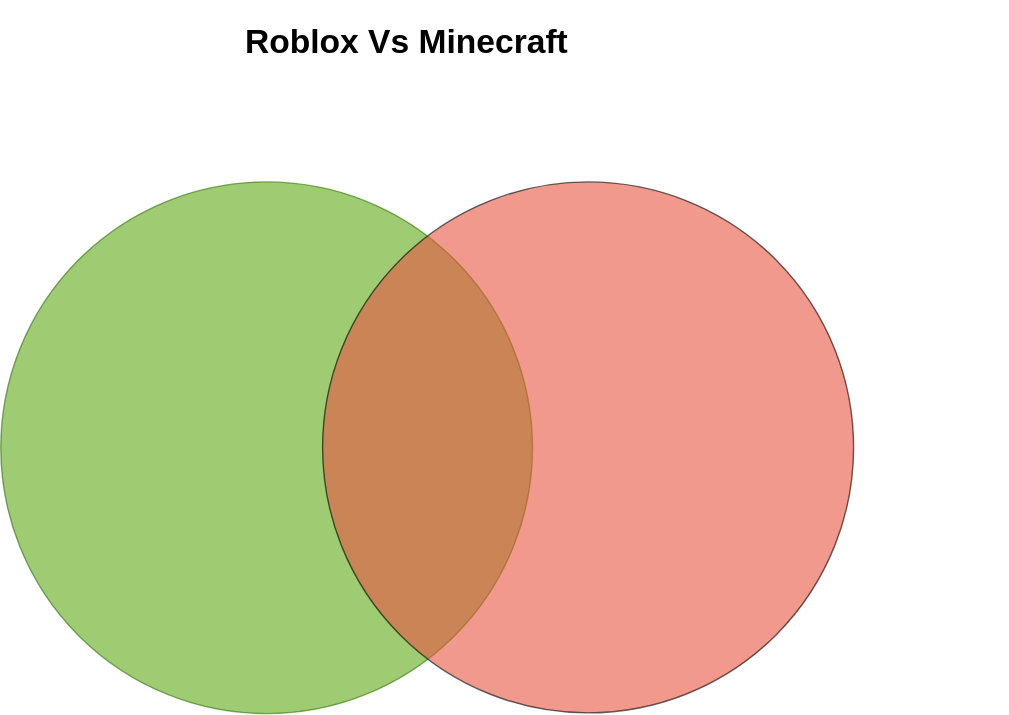
Neocrumm/diagrams.net keeps this draw.io diagram as roblox-vs-mc.svg. Above is the earlier version. Source tidied: cells renumbered, new cells last; positions are measured from the earlier drawing's top-left corner, leaving out a move shared by most shapes.
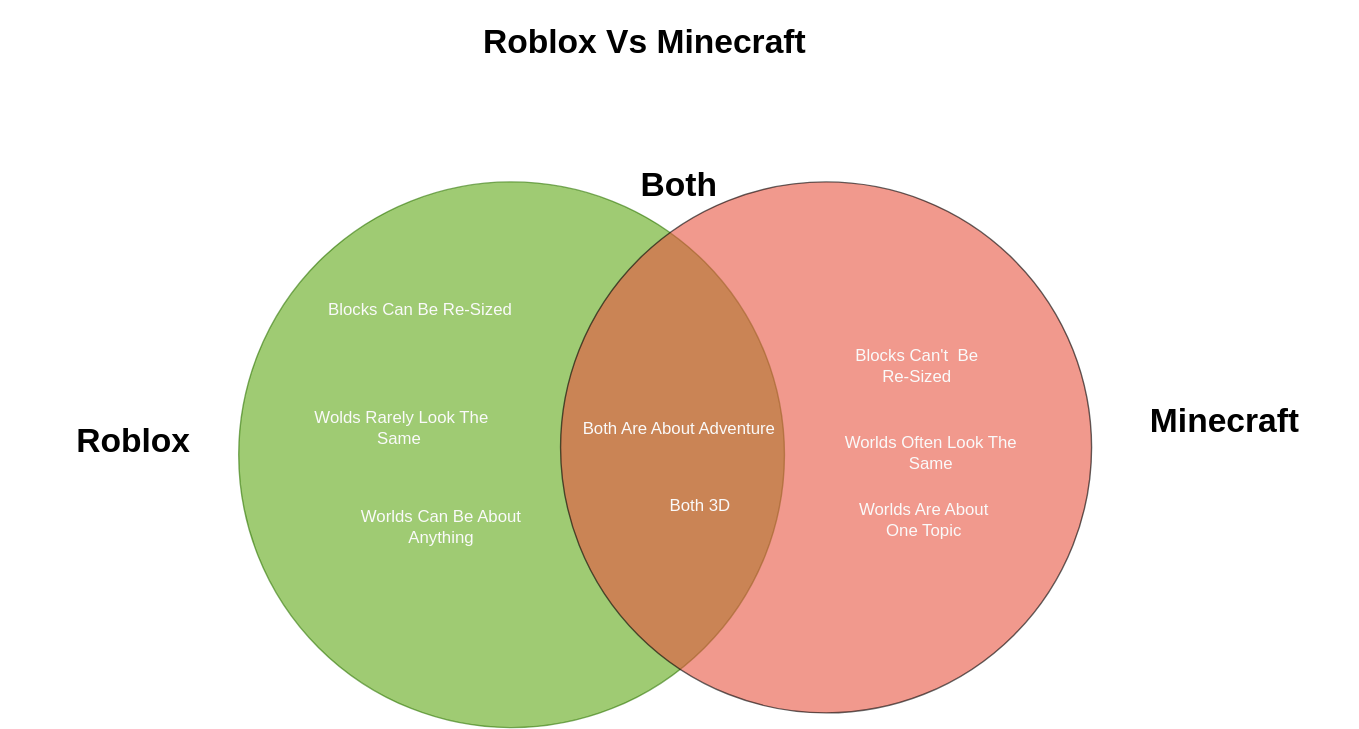
Later version of the same file.

The edit, as a diff of the source:
```diff
@@ -2,11 +2,8 @@
   <root>
     <mxCell id="0" />
     <mxCell id="1" parent="0" />
-    <mxCell id="2" value="Revolution" style="text;fontSize=24;align=center;verticalAlign=middle;html=1;fontColor=#FFFFFF;" parent="1" vertex="1">
-      <mxGeometry x="529.5" y="120.5" width="190" height="70" as="geometry" />
-    </mxCell>
     <mxCell id="3" style="ellipse;whiteSpace=wrap;html=1;fillColor=#60a917;opacity=60;strokeColor=#2D7600;fontColor=#ffffff;" parent="1" vertex="1">
-      <mxGeometry y="120.5" width="380" height="380" as="geometry" />
+      <mxGeometry y="120.5" width="390" height="390" as="geometry" />
     </mxCell>
     <mxCell id="4" style="ellipse;whiteSpace=wrap;html=1;fillColor=#E85642;opacity=60;" parent="1" vertex="1">
       <mxGeometry x="230" y="120.5" width="379.5" height="379.5" as="geometry" />
@@ -14,5 +11,38 @@
     <mxCell id="5" value="&lt;h1&gt;Roblox Vs Minecraft&lt;/h1&gt;" style="text;html=1;strokeColor=none;fillColor=none;spacing=5;spacingTop=-20;whiteSpace=wrap;overflow=hidden;rounded=0;opacity=60;" parent="1" vertex="1">
       <mxGeometry x="170" y="0.5" width="290" height="120" as="geometry" />
     </mxCell>
+    <mxCell id="6" value="&lt;h1&gt;Roblox&lt;/h1&gt;" style="text;html=1;strokeColor=none;fillColor=none;whiteSpace=wrap;overflow=hidden;rounded=0;opacity=60;align=center;verticalAlign=middle;" parent="1" vertex="1">
+      <mxGeometry x="-170" y="246" width="190" height="120" as="geometry" />
+    </mxCell>
+    <mxCell id="7" value="&lt;h1&gt;Minecraft&lt;/h1&gt;" style="text;html=1;strokeColor=none;fillColor=none;whiteSpace=wrap;overflow=hidden;rounded=0;opacity=60;align=center;verticalAlign=middle;" parent="1" vertex="1">
+      <mxGeometry x="609.5" y="232" width="190" height="120" as="geometry" />
+    </mxCell>
+    <mxCell id="8" value="&lt;font color=&quot;#fafafa&quot;&gt;Both Are About Adventure&lt;/font&gt;" style="text;html=1;align=center;verticalAlign=middle;whiteSpace=wrap;rounded=0;opacity=60;" parent="1" vertex="1">
+      <mxGeometry x="240" y="261" width="150" height="71" as="geometry" />
+    </mxCell>
+    <mxCell id="9" value="&lt;font color=&quot;#fafafa&quot;&gt;Blocks Can Be Re-Sized&lt;/font&gt;" style="text;html=1;align=center;verticalAlign=middle;whiteSpace=wrap;rounded=0;opacity=60;" parent="1" vertex="1">
+      <mxGeometry x="50" y="202" width="160" height="20" as="geometry" />
+    </mxCell>
+    <mxCell id="10" value="&lt;font color=&quot;#fafafa&quot;&gt;Worlds Can Be About Anything&lt;/font&gt;" style="text;html=1;align=center;verticalAlign=middle;whiteSpace=wrap;rounded=0;opacity=60;" parent="1" vertex="1">
+      <mxGeometry x="70" y="352" width="150" height="30" as="geometry" />
+    </mxCell>
+    <mxCell id="11" value="&lt;font color=&quot;#fafafa&quot;&gt;Both 3D&lt;/font&gt;" style="text;html=1;align=center;verticalAlign=middle;whiteSpace=wrap;rounded=0;opacity=60;" parent="1" vertex="1">
+      <mxGeometry x="300" y="342" width="60" height="20" as="geometry" />
+    </mxCell>
+    <mxCell id="12" value="&lt;font color=&quot;#fafafa&quot;&gt;&amp;nbsp;Wolds Rarely Look The Same&lt;/font&gt;" style="text;html=1;align=center;verticalAlign=middle;whiteSpace=wrap;rounded=0;opacity=60;" parent="1" vertex="1">
+      <mxGeometry x="40" y="286" width="150" height="20" as="geometry" />
+    </mxCell>
+    <mxCell id="13" value="&lt;font color=&quot;#fafafa&quot;&gt;Blocks Can't&amp;nbsp; Be Re-Sized&lt;/font&gt;" style="text;html=1;align=center;verticalAlign=middle;whiteSpace=wrap;rounded=0;opacity=60;" parent="1" vertex="1">
+      <mxGeometry x="430" y="232" width="110" height="40" as="geometry" />
+    </mxCell>
+    <mxCell id="14" value="&lt;font color=&quot;#fafafa&quot;&gt;Worlds Are About One Topic&lt;/font&gt;" style="text;html=1;align=center;verticalAlign=middle;whiteSpace=wrap;rounded=0;opacity=60;" parent="1" vertex="1">
+      <mxGeometry x="430" y="352" width="120" height="20" as="geometry" />
+    </mxCell>
+    <mxCell id="15" value="&lt;font color=&quot;#fafafa&quot;&gt;Worlds Often Look The Same&lt;/font&gt;" style="text;html=1;align=center;verticalAlign=middle;whiteSpace=wrap;rounded=0;opacity=60;" parent="1" vertex="1">
+      <mxGeometry x="430" y="295.5" width="130" height="36.5" as="geometry" />
+    </mxCell>
+    <mxCell id="16" value="&lt;h1&gt;Both&lt;/h1&gt;" style="text;html=1;strokeColor=none;fillColor=none;whiteSpace=wrap;overflow=hidden;rounded=0;opacity=60;align=center;verticalAlign=middle;" parent="1" vertex="1">
+      <mxGeometry x="220" y="90.5" width="190" height="61.5" as="geometry" />
+    </mxCell>
   </root>
 </mxGraphModel>
```
